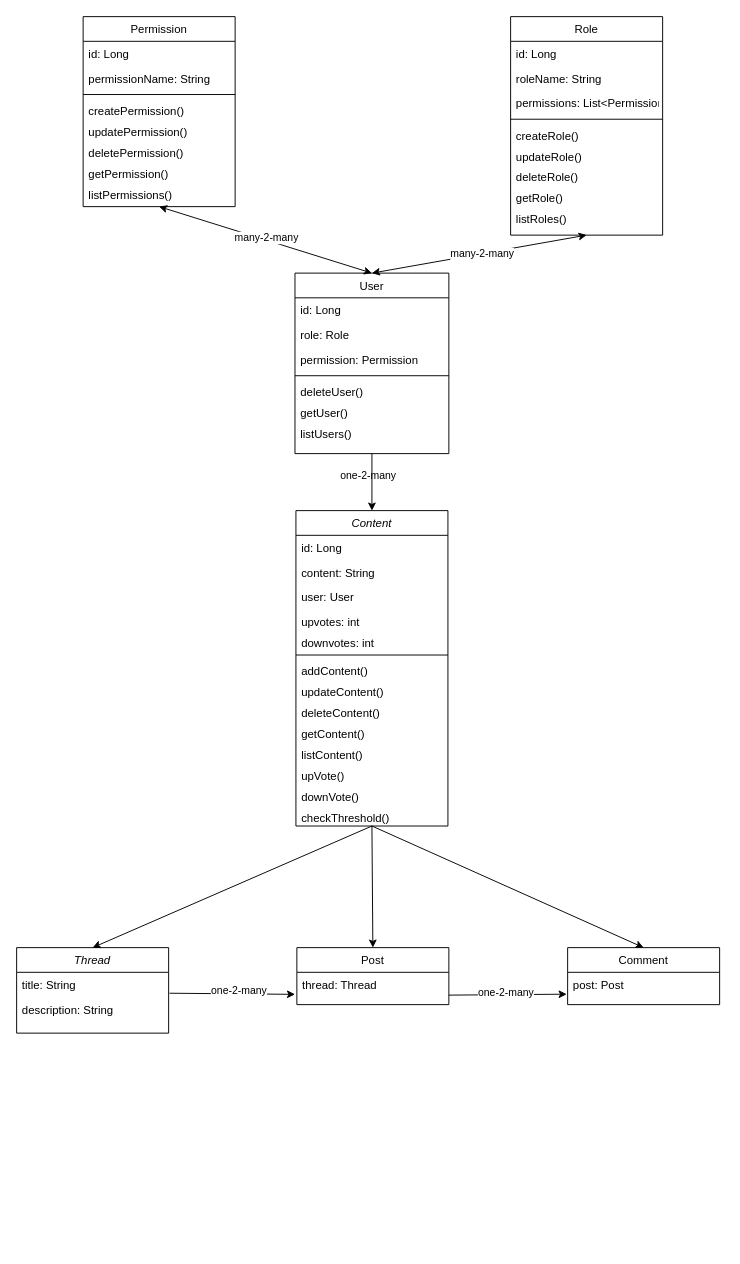
Earlier version of the draw.io diagram Forum_API.drawio (DJH23/Forum-API). Source tidied: cells renumbered, new cells numbered last; positions are measured from the earlier drawing's top-left corner, leaving out a move shared by most shapes. Both pictures are drawn from the tidied source at 95%, with x=0, y=0 at pixel (16, 16).
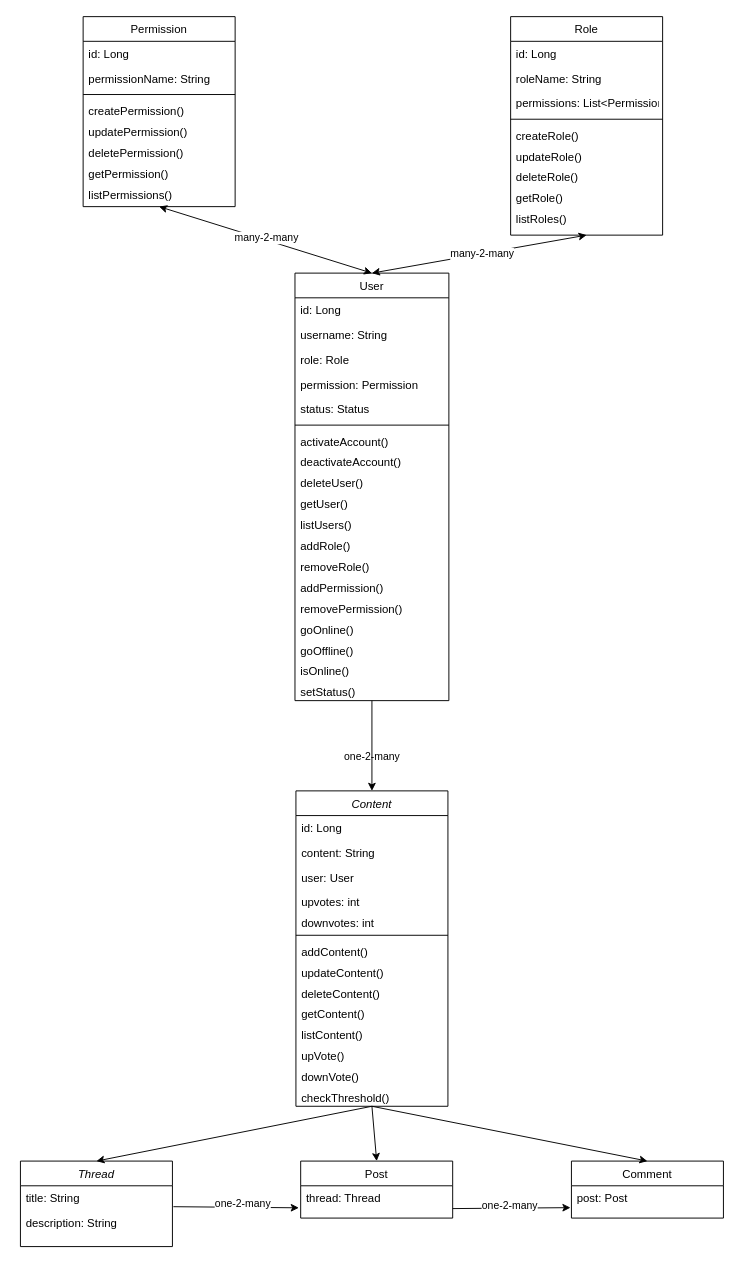
The same page after the edit.

Commit message (it also covers changes not shown here):
Update database configuration in application.properties

Unchanged cells that the change refers to:
```xml
<mxCell id="6" value="post: Post" style="text;align=left;verticalAlign=top;spacingLeft=4;spacingRight=4;overflow=hidden;points=[[0,0.5],[1,0.5]];portConstraint=eastwest;rounded=0;shadow=0;html=0;" parent="5" vertex="1">
  <mxGeometry y="26" width="160" height="26" as="geometry" />
</mxCell>
<mxCell id="16" value="thread: Thread" style="text;align=left;verticalAlign=top;spacingLeft=4;spacingRight=4;overflow=hidden;points=[[0,0.5],[1,0.5]];portConstraint=eastwest;rounded=0;shadow=0;html=0;" parent="15" vertex="1">
  <mxGeometry y="26" width="160" height="26" as="geometry" />
</mxCell>
```

What changed in the source:
```diff
@@
     <mxCell id="2" value="Thread" style="swimlane;fontStyle=2;align=center;verticalAlign=top;horizontal=1;startSize=26;rounded=0;shadow=0;strokeWidth=1;" parent="1" vertex="1">
-      <mxGeometry y="980" width="160" height="90" as="geometry" />
+      <mxGeometry x="4" y="1204.7" width="160" height="90" as="geometry" />
     </mxCell>
@@
     <mxCell id="5" value="Comment" style="swimlane;fontStyle=0;align=center;verticalAlign=top;horizontal=1;startSize=26;rounded=0;shadow=0;strokeWidth=1;" parent="1" vertex="1">
-      <mxGeometry x="580" y="980" width="160" height="60" as="geometry" />
+      <mxGeometry x="584" y="1204.7" width="160" height="60" as="geometry" />
     </mxCell>
@@
     <mxCell id="7" value="User" style="swimlane;fontStyle=0;align=center;verticalAlign=top;horizontal=1;startSize=26;rounded=0;shadow=0;strokeWidth=1;" parent="1" vertex="1">
-      <mxGeometry x="293" y="270" width="162" height="190" as="geometry" />
+      <mxGeometry x="293" y="270" width="162" height="450" as="geometry" />
     </mxCell>
@@
+    <mxCell id="65" value="username: String" style="text;align=left;verticalAlign=top;spacingLeft=4;spacingRight=4;overflow=hidden;" parent="7" vertex="1">
+      <mxGeometry y="52" width="162" height="26" as="geometry" />
+    </mxCell>
     <mxCell id="9" value="role: Role" style="text;align=left;verticalAlign=top;spacingLeft=4;spacingRight=4;overflow=hidden;" parent="7" vertex="1">
-      <mxGeometry y="52" width="162" height="26" as="geometry" />
+      <mxGeometry y="78" width="162" height="26" as="geometry" />
     </mxCell>
     <mxCell id="10" value="permission: Permission" style="text;align=left;verticalAlign=top;spacingLeft=4;spacingRight=4;overflow=hidden;" parent="7" vertex="1">
-      <mxGeometry y="78" width="162" height="26" as="geometry" />
+      <mxGeometry y="104" width="162" height="26" as="geometry" />
     </mxCell>
+    <mxCell id="66" value="status: Status" style="text;align=left;verticalAlign=top;spacingLeft=4;spacingRight=4;overflow=hidden;" parent="7" vertex="1">
+      <mxGeometry y="130" width="162" height="26" as="geometry" />
+    </mxCell>
     <mxCell id="11" style="line;html=1;strokeWidth=1;align=left;verticalAlign=middle;spacingTop=-1;spacingLeft=3;spacingRight=3;labelPosition=right;" parent="7" vertex="1">
-      <mxGeometry y="104" width="162" height="8" as="geometry" />
+      <mxGeometry y="156" width="162" height="8" as="geometry" />
     </mxCell>
+    <mxCell id="67" value="activateAccount()" style="text;align=left;verticalAlign=top;spacingLeft=4;spacingRight=4;overflow=hidden;rounded=0;shadow=0;html=0;" parent="7" vertex="1">
+      <mxGeometry y="164" width="162" height="22" as="geometry" />
+    </mxCell>
+    <mxCell id="68" value="deactivateAccount()" style="text;align=left;verticalAlign=top;spacingLeft=4;spacingRight=4;overflow=hidden;rounded=0;shadow=0;html=0;" parent="7" vertex="1">
+      <mxGeometry y="186" width="162" height="22" as="geometry" />
+    </mxCell>
     <mxCell id="12" value="deleteUser()" style="text;align=left;verticalAlign=top;spacingLeft=4;spacingRight=4;overflow=hidden;rounded=0;shadow=0;html=0;" parent="7" vertex="1">
-      <mxGeometry y="112" width="162" height="22" as="geometry" />
+      <mxGeometry y="208" width="162" height="22" as="geometry" />
     </mxCell>
     <mxCell id="13" value="getUser()" style="text;align=left;verticalAlign=top;spacingLeft=4;spacingRight=4;overflow=hidden;rounded=0;shadow=0;html=0;" parent="7" vertex="1">
-      <mxGeometry y="134" width="162" height="22" as="geometry" />
+      <mxGeometry y="230" width="162" height="22" as="geometry" />
     </mxCell>
     <mxCell id="14" value="listUsers()" style="text;align=left;verticalAlign=top;spacingLeft=4;spacingRight=4;overflow=hidden;rounded=0;shadow=0;html=0;" parent="7" vertex="1">
-      <mxGeometry y="156" width="162" height="22" as="geometry" />
+      <mxGeometry y="252" width="162" height="22" as="geometry" />
     </mxCell>
+    <mxCell id="69" value="addRole()" style="text;align=left;verticalAlign=top;spacingLeft=4;spacingRight=4;overflow=hidden;rounded=0;shadow=0;html=0;" parent="7" vertex="1">
+      <mxGeometry y="274" width="162" height="22" as="geometry" />
+    </mxCell>
+    <mxCell id="70" value="removeRole()" style="text;align=left;verticalAlign=top;spacingLeft=4;spacingRight=4;overflow=hidden;rounded=0;shadow=0;html=0;" parent="7" vertex="1">
+      <mxGeometry y="296" width="162" height="22" as="geometry" />
+    </mxCell>
+    <mxCell id="71" value="addPermission()" style="text;align=left;verticalAlign=top;spacingLeft=4;spacingRight=4;overflow=hidden;rounded=0;shadow=0;html=0;" parent="7" vertex="1">
+      <mxGeometry y="318" width="162" height="22" as="geometry" />
+    </mxCell>
+    <mxCell id="72" value="removePermission()" style="text;align=left;verticalAlign=top;spacingLeft=4;spacingRight=4;overflow=hidden;rounded=0;shadow=0;html=0;" parent="7" vertex="1">
+      <mxGeometry y="340" width="162" height="22" as="geometry" />
+    </mxCell>
+    <mxCell id="73" value="goOnline()" style="text;align=left;verticalAlign=top;spacingLeft=4;spacingRight=4;overflow=hidden;rounded=0;shadow=0;html=0;" parent="7" vertex="1">
+      <mxGeometry y="362" width="162" height="22" as="geometry" />
+    </mxCell>
+    <mxCell id="74" value="goOffline()" style="text;align=left;verticalAlign=top;spacingLeft=4;spacingRight=4;overflow=hidden;rounded=0;shadow=0;html=0;" parent="7" vertex="1">
+      <mxGeometry y="384" width="162" height="22" as="geometry" />
+    </mxCell>
+    <mxCell id="75" value="isOnline()" style="text;align=left;verticalAlign=top;spacingLeft=4;spacingRight=4;overflow=hidden;rounded=0;shadow=0;html=0;" parent="7" vertex="1">
+      <mxGeometry y="406" width="162" height="22" as="geometry" />
+    </mxCell>
+    <mxCell id="76" value="setStatus()" style="text;align=left;verticalAlign=top;spacingLeft=4;spacingRight=4;overflow=hidden;rounded=0;shadow=0;html=0;" parent="7" vertex="1">
+      <mxGeometry y="428" width="162" height="22" as="geometry" />
+    </mxCell>
     <mxCell id="15" value="Post" style="swimlane;fontStyle=0;align=center;verticalAlign=top;horizontal=1;startSize=26;rounded=0;shadow=0;strokeWidth=1;" parent="1" vertex="1">
-      <mxGeometry x="295" y="980" width="160" height="60" as="geometry" />
+      <mxGeometry x="299" y="1204.7" width="160" height="60" as="geometry" />
     </mxCell>
@@
     <mxCell id="39" style="endArrow=classic;html=1;rounded=0;entryX=-0.012;entryY=0.892;entryDx=0;entryDy=0;entryPerimeter=0;exitX=1.006;exitY=0.846;exitDx=0;exitDy=0;exitPerimeter=0;" parent="1" edge="1" target="16">
       <mxGeometry relative="1" as="geometry">
-        <mxPoint x="161" y="1028" as="sourcePoint" />
+        <mxPoint x="165" y="1252.7" as="sourcePoint" />
       </mxGeometry>
     </mxCell>
@@
     <mxCell id="41" value="one-2-many&lt;div&gt;&lt;br&gt;&lt;/div&gt;" style="edgeLabel;html=1;align=center;verticalAlign=middle;" parent="39" vertex="1">
       <mxGeometry x="0.1" y="-3" relative="1" as="geometry">
-        <mxPoint x="136" y="-542" as="offset" />
+        <mxPoint x="136" y="-471" as="offset" />
       </mxGeometry>
     </mxCell>
     <mxCell id="42" style="endArrow=classic;html=1;rounded=0;entryX=-0.006;entryY=0.885;entryDx=0;entryDy=0;entryPerimeter=0;" parent="1" edge="1" target="6">
       <mxGeometry relative="1" as="geometry">
-        <mxPoint x="455" y="1030" as="sourcePoint" />
+        <mxPoint x="459" y="1254.7" as="sourcePoint" />
       </mxGeometry>
     </mxCell>
@@
     <mxCell id="49" value="Content" style="swimlane;fontStyle=2;align=center;verticalAlign=top;horizontal=1;startSize=26;rounded=0;shadow=0;strokeWidth=1;" parent="1" vertex="1">
-      <mxGeometry x="294" y="520" width="160" height="332" as="geometry" />
+      <mxGeometry x="294" y="815" width="160" height="332" as="geometry" />
     </mxCell>
@@
-    <mxCell id="64" style="endArrow=classic;html=1;rounded=0;exitX=0.5;exitY=1;exitDx=0;exitDy=0;entryX=0.5;entryY=0;entryDx=0;entryDy=0;" parent="1" edge="1" source="7" target="49">
-      <mxGeometry relative="1" as="geometry" />
+    <mxCell id="64" style="endArrow=classic;html=1;rounded=0;entryX=0.5;entryY=0;entryDx=0;entryDy=0;" parent="1" edge="1" target="49">
+      <mxGeometry relative="1" as="geometry">
+        <mxPoint x="374" y="720" as="sourcePoint" />
+      </mxGeometry>
     </mxCell>
```
